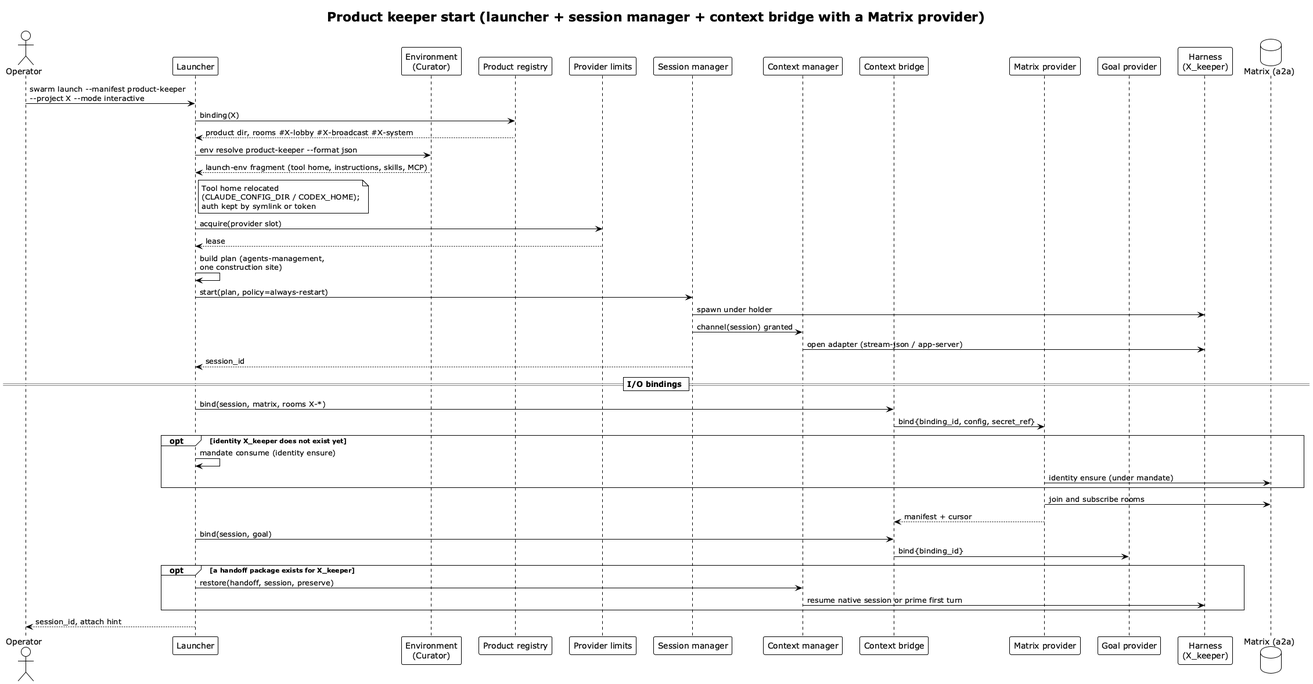
The PlantUML diagram diagrams/artefacts/plantuml/keeper-start.png in relux-works/swarm-platform-architecture, before a commit. Its diagram source:
```plantuml
@startuml keeper-start
!theme plain
title Product keeper start (launcher + session manager + context bridge with a Matrix provider)

actor "Operator" as Op
participant "Launcher" as L
participant "Environment\n(Curator)" as Env
participant "Product registry" as Reg
participant "Provider limits" as Lim
participant "Session manager" as SM
participant "Context manager" as CM
participant "Context bridge" as BR
participant "Matrix provider" as MP
participant "Goal provider" as GP
participant "Harness\n(X_keeper)" as H
database "Matrix (a2a)" as MX

Op -> L: swarm launch ~--manifest product-keeper\n--project X ~--mode interactive
L -> Reg: binding(X)
Reg --> L: product dir, rooms #X-lobby #X-broadcast #X-system
L -> Env: env resolve product-keeper ~--format json
Env --> L: launch-env fragment (tool home, instructions, skills, MCP)
note right of L
  Tool home relocated
  (CLAUDE_CONFIG_DIR / CODEX_HOME);
  auth kept by symlink or token
end note
L -> Lim: acquire(provider slot)
Lim --> L: lease
L -> L: build plan (agents-management,\none construction site)
L -> SM: start(plan, policy=always-restart)
SM -> H: spawn under holder
SM -> CM: channel(session) granted
CM -> H: open adapter (stream-json / app-server)
SM --> L: session_id

== I/O bindings ==
L -> BR: bind(session, matrix, rooms X-*)
BR -> MP: bind{binding_id, config, secret_ref}
opt identity X_keeper does not exist yet
  L -> L: mandate consume (identity ensure)
  MP -> MX: identity ensure (under mandate)
end
MP -> MX: join and subscribe rooms
MP --> BR: manifest + cursor
L -> BR: bind(session, goal)
BR -> GP: bind{binding_id}

opt a handoff package exists for X_keeper
  L -> CM: restore(handoff, session, preserve)
  CM -> H: resume native session or prime first turn
end

L --> Op: session_id, attach hint
@enduml
```
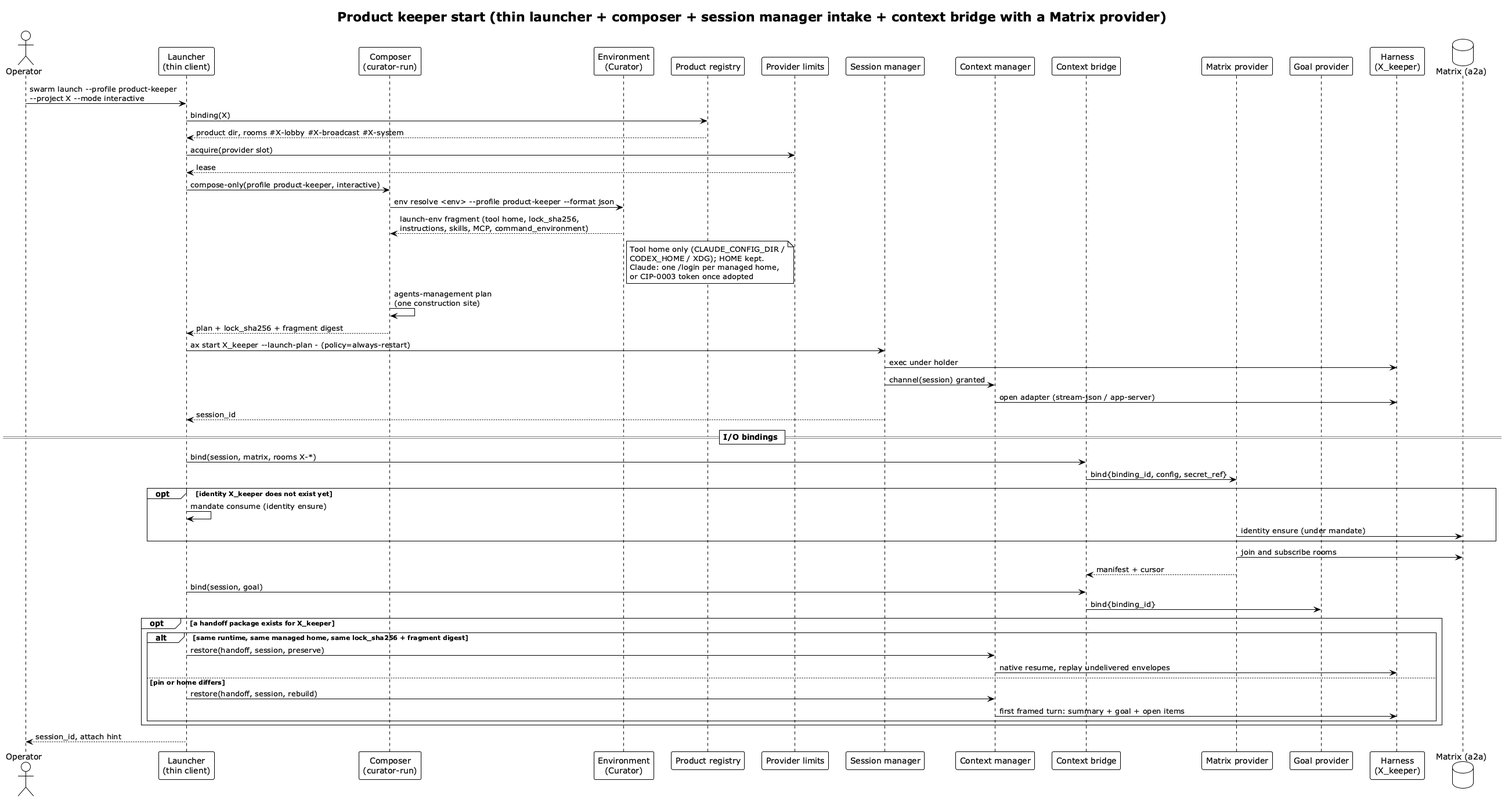
Later version of the same file.

Change to the diagram source:
```diff
@@ -1,9 +1,10 @@
 @startuml keeper-start
 !theme plain
-title Product keeper start (launcher + session manager + context bridge with a Matrix provider)
+title Product keeper start (thin launcher + composer + session manager intake + context bridge with a Matrix provider)
 
 actor "Operator" as Op
-participant "Launcher" as L
+participant "Launcher\n(thin client)" as L
+participant "Composer\n(curator-run)" as C
 participant "Environment\n(Curator)" as Env
 participant "Product registry" as Reg
 participant "Provider limits" as Lim
@@ -15,21 +16,24 @@
 participant "Harness\n(X_keeper)" as H
 database "Matrix (a2a)" as MX
 
-Op -> L: swarm launch ~--manifest product-keeper\n--project X ~--mode interactive
+Op -> L: swarm launch ~--profile product-keeper\n~--project X ~--mode interactive
 L -> Reg: binding(X)
 Reg --> L: product dir, rooms #X-lobby #X-broadcast #X-system
-L -> Env: env resolve product-keeper ~--format json
-Env --> L: launch-env fragment (tool home, instructions, skills, MCP)
-note right of L
-  Tool home relocated
-  (CLAUDE_CONFIG_DIR / CODEX_HOME);
-  auth kept by symlink or token
-end note
 L -> Lim: acquire(provider slot)
 Lim --> L: lease
-L -> L: build plan (agents-management,\none construction site)
-L -> SM: start(plan, policy=always-restart)
-SM -> H: spawn under holder
+L -> C: compose-only(profile product-keeper, interactive)
+C -> Env: env resolve <env> ~--profile product-keeper ~--format json
+Env --> C: launch-env fragment (tool home, lock_sha256,\ninstructions, skills, MCP, command_environment)
+note right of Env
+  Tool home only (CLAUDE_CONFIG_DIR /
+  CODEX_HOME / XDG); HOME kept.
+  Claude: one /login per managed home,
+  or CIP-0003 token once adopted
+end note
+C -> C: agents-management plan\n(one construction site)
+C --> L: plan + lock_sha256 + fragment digest
+L -> SM: ax start X_keeper ~--launch-plan - (policy=always-restart)
+SM -> H: exec under holder
 SM -> CM: channel(session) granted
 CM -> H: open adapter (stream-json / app-server)
 SM --> L: session_id
@@ -47,8 +51,13 @@
 BR -> GP: bind{binding_id}
 
 opt a handoff package exists for X_keeper
-  L -> CM: restore(handoff, session, preserve)
-  CM -> H: resume native session or prime first turn
+  alt same runtime, same managed home, same lock_sha256 + fragment digest
+    L -> CM: restore(handoff, session, preserve)
+    CM -> H: native resume, replay undelivered envelopes
+  else pin or home differs
+    L -> CM: restore(handoff, session, rebuild)
+    CM -> H: first framed turn: summary + goal + open items
+  end
 end
 
 L --> Op: session_id, attach hint
```
